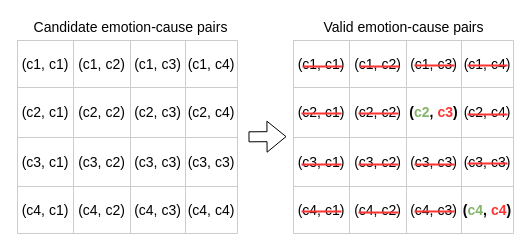
Before: figure1b.drawio in zhoucz97/paper_figure, a draw.io diagram. Source tidied: cells renumbered, new cells numbered last; positions are measured from the earlier drawing's top-left corner, leaving out a move shared by most shapes. Both pictures are drawn from the tidied source at 100%, with x=0, y=0 at pixel (17, 17).
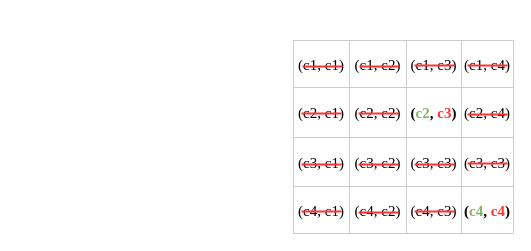
Above is the later version.

The change refers to these unchanged cells:
```xml
<mxCell id="26" style="shape=partialRectangle;fillColor=none;top=0;left=0;bottom=0;right=0;" parent="25" vertex="1">
  <mxGeometry width="220" height="47" as="geometry" />
</mxCell>
<mxCell id="31" style="shape=partialRectangle;fillColor=none;top=0;left=0;bottom=0;right=0;" parent="25" vertex="1">
  <mxGeometry y="47" width="220" height="50" as="geometry" />
</mxCell>
<mxCell id="36" style="shape=partialRectangle;fillColor=none;top=0;left=0;bottom=0;right=0;" parent="25" vertex="1">
  <mxGeometry y="97" width="220" height="49" as="geometry" />
</mxCell>
<mxCell id="41" style="shape=partialRectangle;fillColor=none;top=0;left=0;bottom=0;right=0;" parent="25" vertex="1">
  <mxGeometry y="146" width="220" height="47" as="geometry" />
</mxCell>
```

What changed in the source:
```diff
@@
-    <mxCell id="2" style="shape=table;startSize=0;childLayout=tableLayout;strokeColor=#CCCCCC;" parent="1" vertex="1">
-      <mxGeometry y="23" width="220" height="193" as="geometry" />
-    </mxCell>
-    <mxCell id="3" style="shape=partialRectangle;fillColor=none;top=0;left=0;bottom=0;right=0;" parent="2" vertex="1">
-      <mxGeometry width="220" height="47" as="geometry" />
-    </mxCell>
-    <mxCell id="4" value="&lt;font style=&quot;font-size: 14px&quot;&gt;(c1, c1)&lt;/font&gt;" style="shape=partialRectangle;html=1;whiteSpace=wrap;overflow=hidden;fillColor=none;top=0;left=0;bottom=0;right=0;" parent="3" vertex="1">
-      <mxGeometry width="56" height="47" as="geometry" />
-    </mxCell>
-    <mxCell id="5" value="&lt;font style=&quot;font-size: 14px&quot;&gt;(c1, c2)&lt;/font&gt;" style="shape=partialRectangle;html=1;whiteSpace=wrap;overflow=hidden;fillColor=none;top=0;left=0;bottom=0;right=0;" parent="3" vertex="1">
-      <mxGeometry x="56" width="57" height="47" as="geometry" />
-    </mxCell>
-    <mxCell id="6" value="&lt;span&gt;&lt;font style=&quot;font-size: 14px&quot;&gt;(c1, c3)&lt;/font&gt;&lt;/span&gt;" style="shape=partialRectangle;html=1;whiteSpace=wrap;overflow=hidden;fillColor=none;top=0;left=0;bottom=0;right=0;" parent="3" vertex="1">
-      <mxGeometry x="113" width="55" height="47" as="geometry" />
-    </mxCell>
-    <mxCell id="7" value="&lt;span&gt;&lt;font style=&quot;font-size: 14px&quot;&gt;(c1, c4)&lt;/font&gt;&lt;/span&gt;" style="shape=partialRectangle;html=1;whiteSpace=wrap;overflow=hidden;fillColor=none;top=0;left=0;bottom=0;right=0;" parent="3" vertex="1">
-      <mxGeometry x="168" width="52" height="47" as="geometry" />
-    </mxCell>
-    <mxCell id="8" style="shape=partialRectangle;fillColor=none;top=0;left=0;bottom=0;right=0;" parent="2" vertex="1">
-      <mxGeometry y="47" width="220" height="50" as="geometry" />
-    </mxCell>
-    <mxCell id="9" value="&lt;font style=&quot;font-size: 14px&quot;&gt;(c2, c1)&lt;/font&gt;" style="shape=partialRectangle;html=1;whiteSpace=wrap;overflow=hidden;fillColor=none;top=0;left=0;bottom=0;right=0;" parent="8" vertex="1">
-      <mxGeometry width="56" height="50" as="geometry" />
-    </mxCell>
-    <mxCell id="10" value="&lt;span style=&quot;font-size: 14px&quot;&gt;(c2, c2)&lt;/span&gt;" style="shape=partialRectangle;html=1;whiteSpace=wrap;overflow=hidden;fillColor=none;top=0;left=0;bottom=0;right=0;" parent="8" vertex="1">
-      <mxGeometry x="56" width="57" height="50" as="geometry" />
-    </mxCell>
-    <mxCell id="11" value="&lt;span style=&quot;font-size: 14px&quot;&gt;(c2, c3)&lt;/span&gt;" style="shape=partialRectangle;html=1;whiteSpace=wrap;overflow=hidden;fillColor=none;top=0;left=0;bottom=0;right=0;" parent="8" vertex="1">
-      <mxGeometry x="113" width="55" height="50" as="geometry" />
-    </mxCell>
-    <mxCell id="12" value="&lt;span style=&quot;font-size: 14px&quot;&gt;(c2, c4)&lt;/span&gt;" style="shape=partialRectangle;html=1;whiteSpace=wrap;overflow=hidden;fillColor=none;top=0;left=0;bottom=0;right=0;" parent="8" vertex="1">
-      <mxGeometry x="168" width="52" height="50" as="geometry" />
-    </mxCell>
-    <mxCell id="13" style="shape=partialRectangle;fillColor=none;top=0;left=0;bottom=0;right=0;" parent="2" vertex="1">
-      <mxGeometry y="97" width="220" height="49" as="geometry" />
-    </mxCell>
-    <mxCell id="14" value="&lt;span style=&quot;font-size: 14px&quot;&gt;(c3, c1)&lt;/span&gt;" style="shape=partialRectangle;html=1;whiteSpace=wrap;overflow=hidden;fillColor=none;top=0;left=0;bottom=0;right=0;" parent="13" vertex="1">
-      <mxGeometry width="56" height="49" as="geometry" />
-    </mxCell>
-    <mxCell id="15" value="&lt;span style=&quot;font-size: 14px&quot;&gt;(c3, c2)&lt;/span&gt;" style="shape=partialRectangle;html=1;whiteSpace=wrap;overflow=hidden;fillColor=none;top=0;left=0;bottom=0;right=0;" parent="13" vertex="1">
-      <mxGeometry x="56" width="57" height="49" as="geometry" />
-    </mxCell>
-    <mxCell id="16" value="&lt;span style=&quot;font-size: 14px&quot;&gt;(c3, c3)&lt;/span&gt;" style="shape=partialRectangle;html=1;whiteSpace=wrap;overflow=hidden;fillColor=none;top=0;left=0;bottom=0;right=0;" parent="13" vertex="1">
-      <mxGeometry x="113" width="55" height="49" as="geometry" />
-    </mxCell>
-    <mxCell id="17" value="&lt;span style=&quot;font-size: 14px&quot;&gt;(c3, c3)&lt;/span&gt;" style="shape=partialRectangle;html=1;whiteSpace=wrap;overflow=hidden;fillColor=none;top=0;left=0;bottom=0;right=0;" parent="13" vertex="1">
-      <mxGeometry x="168" width="52" height="49" as="geometry" />
-    </mxCell>
-    <mxCell id="18" style="shape=partialRectangle;fillColor=none;top=0;left=0;bottom=0;right=0;" parent="2" vertex="1">
-      <mxGeometry y="146" width="220" height="47" as="geometry" />
-    </mxCell>
-    <mxCell id="19" value="&lt;span style=&quot;font-size: 14px&quot;&gt;(c4, c1)&lt;/span&gt;" style="shape=partialRectangle;html=1;whiteSpace=wrap;overflow=hidden;fillColor=none;top=0;left=0;bottom=0;right=0;" parent="18" vertex="1">
-      <mxGeometry width="56" height="47" as="geometry" />
-    </mxCell>
-    <mxCell id="20" value="&lt;span style=&quot;font-size: 14px&quot;&gt;(c4, c2)&lt;/span&gt;" style="shape=partialRectangle;html=1;whiteSpace=wrap;overflow=hidden;fillColor=none;top=0;left=0;bottom=0;right=0;" parent="18" vertex="1">
-      <mxGeometry x="56" width="57" height="47" as="geometry" />
-    </mxCell>
-    <mxCell id="21" value="&lt;span style=&quot;font-size: 14px&quot;&gt;(c4, c3)&lt;/span&gt;" style="shape=partialRectangle;html=1;whiteSpace=wrap;overflow=hidden;fillColor=none;top=0;left=0;bottom=0;right=0;" parent="18" vertex="1">
-      <mxGeometry x="113" width="55" height="47" as="geometry" />
-    </mxCell>
-    <mxCell id="22" value="&lt;span style=&quot;font-size: 14px&quot;&gt;(c4, c4)&lt;/span&gt;" style="shape=partialRectangle;html=1;whiteSpace=wrap;overflow=hidden;fillColor=none;top=0;left=0;bottom=0;right=0;" parent="18" vertex="1">
-      <mxGeometry x="168" width="52" height="47" as="geometry" />
-    </mxCell>
-    <mxCell id="23" style="endArrow=classic;html=1;shape=flexArrow;" parent="1" edge="1">
-      <mxGeometry relative="1" as="geometry">
-        <mxPoint x="231" y="119.3" as="sourcePoint" />
-        <mxPoint x="269" y="119.1" as="targetPoint" />
-      </mxGeometry>
-    </mxCell>
-    <mxCell id="24" value="&lt;font style=&quot;font-size: 14px&quot;&gt;Candidate emotion-cause pairs&lt;/font&gt;" style="text;html=1;strokeColor=none;fillColor=none;align=center;verticalAlign=middle;whiteSpace=wrap;rounded=0;rotation=0;" parent="1" vertex="1">
-      <mxGeometry x="7" width="213" height="20" as="geometry" />
-    </mxCell>
@@
-    <mxCell id="27" value="&lt;font style=&quot;font-size: 14px&quot;&gt;(c1, c1)&lt;/font&gt;" style="shape=partialRectangle;html=1;whiteSpace=wrap;overflow=hidden;fillColor=none;top=0;left=0;bottom=0;right=0;" parent="26" vertex="1">
+    <mxCell id="27" value="&lt;font style=&quot;font-size: 15px&quot; face=&quot;Times New Roman&quot;&gt;(c1, c1)&lt;/font&gt;" style="shape=partialRectangle;html=1;whiteSpace=wrap;overflow=hidden;fillColor=none;top=0;left=0;bottom=0;right=0;" parent="26" vertex="1">
       <mxGeometry width="56" height="47" as="geometry" />
     </mxCell>
-    <mxCell id="28" value="&lt;font style=&quot;font-size: 14px&quot;&gt;(c1, c2)&lt;/font&gt;" style="shape=partialRectangle;html=1;whiteSpace=wrap;overflow=hidden;fillColor=none;top=0;left=0;bottom=0;right=0;" parent="26" vertex="1">
+    <mxCell id="28" value="&lt;font style=&quot;font-size: 15px&quot; face=&quot;Times New Roman&quot;&gt;(c1, c2)&lt;/font&gt;" style="shape=partialRectangle;html=1;whiteSpace=wrap;overflow=hidden;fillColor=none;top=0;left=0;bottom=0;right=0;" parent="26" vertex="1">
       <mxGeometry x="56" width="57" height="47" as="geometry" />
     </mxCell>
-    <mxCell id="29" value="&lt;span&gt;&lt;font style=&quot;font-size: 14px&quot;&gt;(c1, c3)&lt;/font&gt;&lt;/span&gt;" style="shape=partialRectangle;html=1;whiteSpace=wrap;overflow=hidden;fillColor=none;top=0;left=0;bottom=0;right=0;" parent="26" vertex="1">
+    <mxCell id="29" value="&lt;span&gt;&lt;font style=&quot;font-size: 15px&quot; face=&quot;Times New Roman&quot;&gt;(c1, c3)&lt;/font&gt;&lt;/span&gt;" style="shape=partialRectangle;html=1;whiteSpace=wrap;overflow=hidden;fillColor=none;top=0;left=0;bottom=0;right=0;" parent="26" vertex="1">
       <mxGeometry x="113" width="55" height="47" as="geometry" />
     </mxCell>
-    <mxCell id="30" value="&lt;span&gt;&lt;font style=&quot;font-size: 14px&quot;&gt;(c1, c4)&lt;/font&gt;&lt;/span&gt;" style="shape=partialRectangle;html=1;whiteSpace=wrap;overflow=hidden;fillColor=none;top=0;left=0;bottom=0;right=0;" parent="26" vertex="1">
+    <mxCell id="30" value="&lt;span&gt;&lt;font style=&quot;font-size: 15px&quot; face=&quot;Times New Roman&quot;&gt;(c1, c4)&lt;/font&gt;&lt;/span&gt;" style="shape=partialRectangle;html=1;whiteSpace=wrap;overflow=hidden;fillColor=none;top=0;left=0;bottom=0;right=0;" parent="26" vertex="1">
       <mxGeometry x="168" width="52" height="47" as="geometry" />
     </mxCell>
@@
-    <mxCell id="32" value="&lt;font style=&quot;font-size: 14px&quot;&gt;(c2, c1)&lt;/font&gt;" style="shape=partialRectangle;html=1;whiteSpace=wrap;overflow=hidden;fillColor=none;top=0;left=0;bottom=0;right=0;" parent="31" vertex="1">
+    <mxCell id="32" value="&lt;font style=&quot;font-size: 15px&quot; face=&quot;Times New Roman&quot;&gt;(c2, c1)&lt;/font&gt;" style="shape=partialRectangle;html=1;whiteSpace=wrap;overflow=hidden;fillColor=none;top=0;left=0;bottom=0;right=0;" parent="31" vertex="1">
       <mxGeometry width="56" height="50" as="geometry" />
     </mxCell>
-    <mxCell id="33" value="&lt;span style=&quot;font-size: 14px&quot;&gt;(c2, c2)&lt;/span&gt;" style="shape=partialRectangle;html=1;whiteSpace=wrap;overflow=hidden;fillColor=none;top=0;left=0;bottom=0;right=0;" parent="31" vertex="1">
+    <mxCell id="33" value="&lt;font style=&quot;font-size: 15px&quot; face=&quot;Times New Roman&quot;&gt;(c2, c2)&lt;/font&gt;" style="shape=partialRectangle;html=1;whiteSpace=wrap;overflow=hidden;fillColor=none;top=0;left=0;bottom=0;right=0;" parent="31" vertex="1">
       <mxGeometry x="56" width="57" height="50" as="geometry" />
     </mxCell>
-    <mxCell id="34" value="&lt;span style=&quot;font-size: 14px&quot;&gt;&lt;b&gt;(&lt;font color=&quot;#82b366&quot;&gt;c2&lt;/font&gt;, &lt;font color=&quot;#ff3333&quot;&gt;c3&lt;/font&gt;)&lt;/b&gt;&lt;/span&gt;" style="shape=partialRectangle;html=1;whiteSpace=wrap;overflow=hidden;fillColor=none;top=0;left=0;bottom=0;right=0;" parent="31" vertex="1">
+    <mxCell id="34" value="&lt;span style=&quot;font-size: 15px&quot;&gt;&lt;b&gt;&lt;font face=&quot;Times New Roman&quot;&gt;(&lt;font color=&quot;#82b366&quot; style=&quot;font-size: 15px&quot;&gt;c2&lt;/font&gt;, &lt;font color=&quot;#ff3333&quot; style=&quot;font-size: 15px&quot;&gt;c3&lt;/font&gt;)&lt;/font&gt;&lt;/b&gt;&lt;/span&gt;" style="shape=partialRectangle;html=1;whiteSpace=wrap;overflow=hidden;fillColor=none;top=0;left=0;bottom=0;right=0;" parent="31" vertex="1">
       <mxGeometry x="113" width="55" height="50" as="geometry" />
     </mxCell>
-    <mxCell id="35" value="&lt;span style=&quot;font-size: 14px&quot;&gt;(c2, c4)&lt;/span&gt;" style="shape=partialRectangle;html=1;whiteSpace=wrap;overflow=hidden;fillColor=none;top=0;left=0;bottom=0;right=0;" parent="31" vertex="1">
+    <mxCell id="35" value="&lt;font style=&quot;font-size: 15px&quot; face=&quot;Times New Roman&quot;&gt;(c2, c4)&lt;/font&gt;" style="shape=partialRectangle;html=1;whiteSpace=wrap;overflow=hidden;fillColor=none;top=0;left=0;bottom=0;right=0;" parent="31" vertex="1">
       <mxGeometry x="168" width="52" height="50" as="geometry" />
     </mxCell>
@@
-    <mxCell id="37" value="&lt;span style=&quot;font-size: 14px&quot;&gt;(c3, c1)&lt;/span&gt;" style="shape=partialRectangle;html=1;whiteSpace=wrap;overflow=hidden;fillColor=none;top=0;left=0;bottom=0;right=0;" parent="36" vertex="1">
+    <mxCell id="37" value="&lt;font style=&quot;font-size: 15px&quot; face=&quot;Times New Roman&quot;&gt;(c3, c1)&lt;/font&gt;" style="shape=partialRectangle;html=1;whiteSpace=wrap;overflow=hidden;fillColor=none;top=0;left=0;bottom=0;right=0;" parent="36" vertex="1">
       <mxGeometry width="56" height="49" as="geometry" />
     </mxCell>
-    <mxCell id="38" value="&lt;span style=&quot;font-size: 14px&quot;&gt;(c3, c2)&lt;/span&gt;" style="shape=partialRectangle;html=1;whiteSpace=wrap;overflow=hidden;fillColor=none;top=0;left=0;bottom=0;right=0;" parent="36" vertex="1">
+    <mxCell id="38" value="&lt;font style=&quot;font-size: 15px&quot; face=&quot;Times New Roman&quot;&gt;(c3, c2)&lt;/font&gt;" style="shape=partialRectangle;html=1;whiteSpace=wrap;overflow=hidden;fillColor=none;top=0;left=0;bottom=0;right=0;" parent="36" vertex="1">
       <mxGeometry x="56" width="57" height="49" as="geometry" />
     </mxCell>
-    <mxCell id="39" value="&lt;span style=&quot;font-size: 14px&quot;&gt;(c3, c3)&lt;/span&gt;" style="shape=partialRectangle;html=1;whiteSpace=wrap;overflow=hidden;fillColor=none;top=0;left=0;bottom=0;right=0;" parent="36" vertex="1">
+    <mxCell id="39" value="&lt;font style=&quot;font-size: 15px&quot; face=&quot;Times New Roman&quot;&gt;(c3, c3)&lt;/font&gt;" style="shape=partialRectangle;html=1;whiteSpace=wrap;overflow=hidden;fillColor=none;top=0;left=0;bottom=0;right=0;" parent="36" vertex="1">
       <mxGeometry x="113" width="55" height="49" as="geometry" />
     </mxCell>
-    <mxCell id="40" value="&lt;span style=&quot;font-size: 14px&quot;&gt;(c3, c3)&lt;/span&gt;" style="shape=partialRectangle;html=1;whiteSpace=wrap;overflow=hidden;fillColor=none;top=0;left=0;bottom=0;right=0;" parent="36" vertex="1">
+    <mxCell id="40" value="&lt;font style=&quot;font-size: 15px&quot; face=&quot;Times New Roman&quot;&gt;(c3, c3)&lt;/font&gt;" style="shape=partialRectangle;html=1;whiteSpace=wrap;overflow=hidden;fillColor=none;top=0;left=0;bottom=0;right=0;" parent="36" vertex="1">
       <mxGeometry x="168" width="52" height="49" as="geometry" />
     </mxCell>
@@
-    <mxCell id="42" value="&lt;span style=&quot;font-size: 14px&quot;&gt;(c4, c1)&lt;/span&gt;" style="shape=partialRectangle;html=1;whiteSpace=wrap;overflow=hidden;fillColor=none;top=0;left=0;bottom=0;right=0;" parent="41" vertex="1">
+    <mxCell id="42" value="&lt;font style=&quot;font-size: 15px&quot; face=&quot;Times New Roman&quot;&gt;(c4, c1)&lt;/font&gt;" style="shape=partialRectangle;html=1;whiteSpace=wrap;overflow=hidden;fillColor=none;top=0;left=0;bottom=0;right=0;" parent="41" vertex="1">
       <mxGeometry width="56" height="47" as="geometry" />
     </mxCell>
-    <mxCell id="43" value="&lt;span style=&quot;font-size: 14px&quot;&gt;(c4, c2)&lt;/span&gt;" style="shape=partialRectangle;html=1;whiteSpace=wrap;overflow=hidden;fillColor=none;top=0;left=0;bottom=0;right=0;" parent="41" vertex="1">
+    <mxCell id="43" value="&lt;font style=&quot;font-size: 15px&quot; face=&quot;Times New Roman&quot;&gt;(c4, c2)&lt;/font&gt;" style="shape=partialRectangle;html=1;whiteSpace=wrap;overflow=hidden;fillColor=none;top=0;left=0;bottom=0;right=0;" parent="41" vertex="1">
       <mxGeometry x="56" width="57" height="47" as="geometry" />
     </mxCell>
-    <mxCell id="44" value="&lt;span style=&quot;font-size: 14px&quot;&gt;(c4, c3)&lt;/span&gt;" style="shape=partialRectangle;html=1;whiteSpace=wrap;overflow=hidden;fillColor=none;top=0;left=0;bottom=0;right=0;" parent="41" vertex="1">
+    <mxCell id="44" value="&lt;font style=&quot;font-size: 15px&quot; face=&quot;Times New Roman&quot;&gt;(c4, c3)&lt;/font&gt;" style="shape=partialRectangle;html=1;whiteSpace=wrap;overflow=hidden;fillColor=none;top=0;left=0;bottom=0;right=0;" parent="41" vertex="1">
       <mxGeometry x="113" width="55" height="47" as="geometry" />
     </mxCell>
-    <mxCell id="45" value="&lt;span style=&quot;font-size: 14px&quot;&gt;&lt;b&gt;(&lt;font color=&quot;#82b366&quot;&gt;c4&lt;/font&gt;, &lt;font color=&quot;#ff3333&quot;&gt;c4&lt;/font&gt;)&lt;/b&gt;&lt;/span&gt;" style="shape=partialRectangle;html=1;whiteSpace=wrap;overflow=hidden;fillColor=none;top=0;left=0;bottom=0;right=0;" parent="41" vertex="1">
+    <mxCell id="45" value="&lt;span style=&quot;font-size: 15px&quot;&gt;&lt;b&gt;&lt;font face=&quot;Times New Roman&quot;&gt;(&lt;font color=&quot;#82b366&quot; style=&quot;font-size: 15px&quot;&gt;c4&lt;/font&gt;, &lt;font color=&quot;#ff3333&quot; style=&quot;font-size: 15px&quot;&gt;c4&lt;/font&gt;)&lt;/font&gt;&lt;/b&gt;&lt;/span&gt;" style="shape=partialRectangle;html=1;whiteSpace=wrap;overflow=hidden;fillColor=none;top=0;left=0;bottom=0;right=0;" parent="41" vertex="1">
       <mxGeometry x="168" width="52" height="47" as="geometry" />
     </mxCell>
-    <mxCell id="46" value="&lt;font style=&quot;font-size: 14px&quot;&gt;Valid emotion-cause pairs&lt;/font&gt;" style="text;html=1;strokeColor=none;fillColor=none;align=center;verticalAlign=middle;whiteSpace=wrap;rounded=0;rotation=0;" parent="1" vertex="1">
-      <mxGeometry x="279.5" width="213" height="20" as="geometry" />
-    </mxCell>
```
